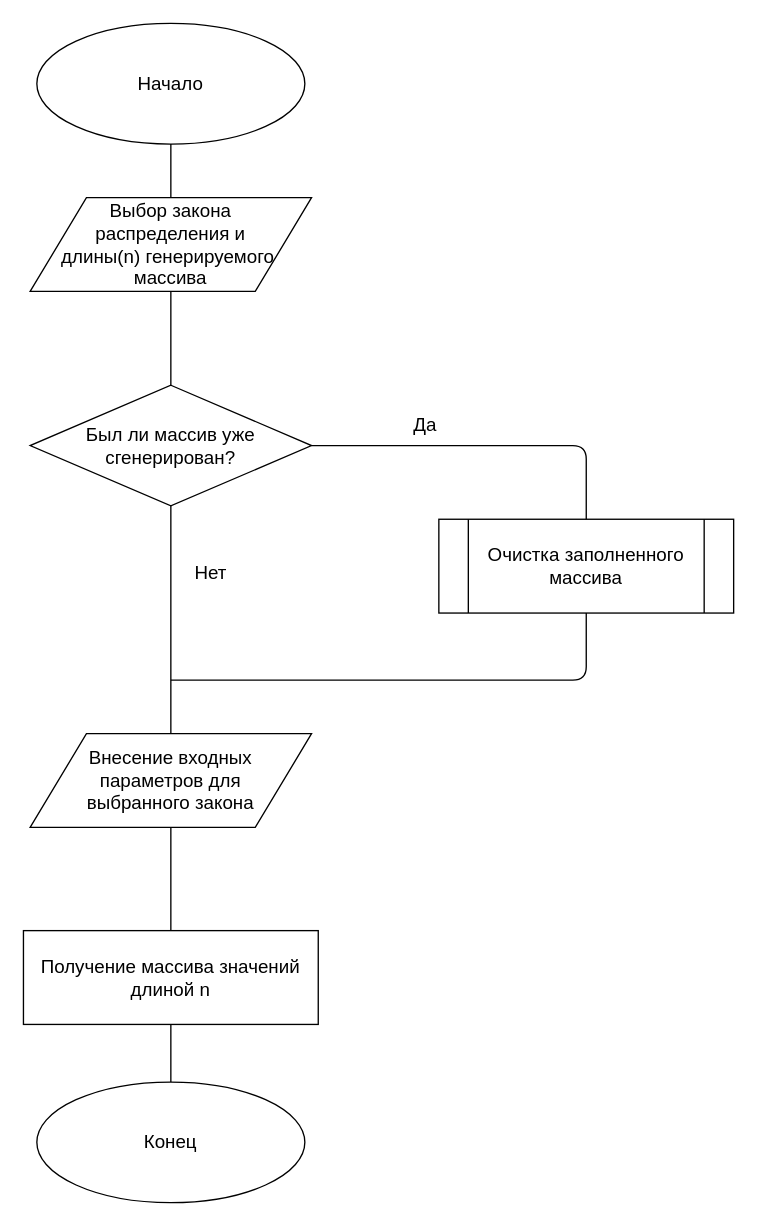
RostislavOl/schemas keeps this draw.io diagram as page "Page-2" (2 of 4) of Untitled Diagram.drawio. Above is the earlier version. Source tidied: cells renumbered, new cells numbered last; positions are measured from the earlier drawing's top-left corner, leaving out a move shared by most shapes. Both pictures are drawn from the tidied source at 134%, with x=0, y=0 at pixel (23, 23).
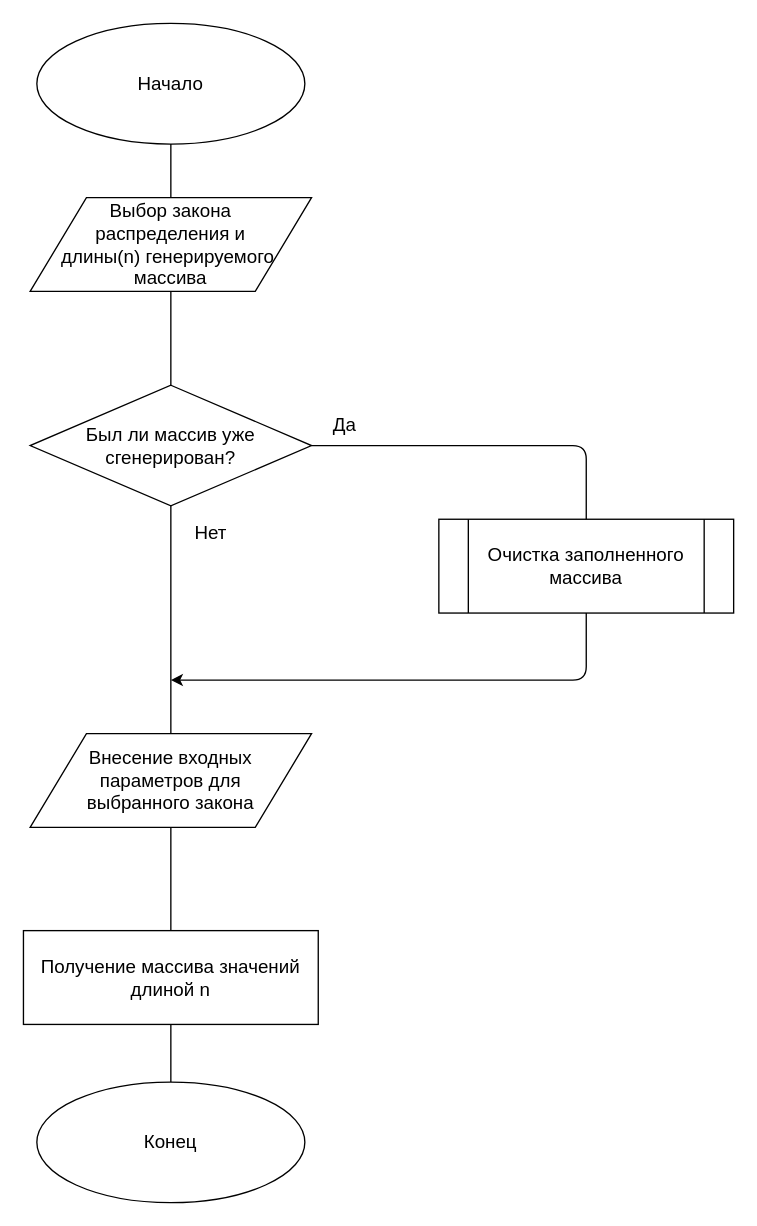
Above is the later version.

Unchanged cells that the change refers to:
```xml
<mxCell id="7" value="&lt;font style=&quot;font-size: 14px&quot;&gt;Очистка заполненного массива&lt;/font&gt;" style="shape=process;whiteSpace=wrap;html=1;backgroundOutline=1;" parent="1" vertex="1">
  <mxGeometry x="310" y="370" width="220" height="70" as="geometry" />
</mxCell>
```

Diff of the diagram source:
```diff
@@
-    <mxCell id="11" style="endArrow=none;html=1;entryX=0.5;entryY=1;entryDx=0;entryDy=0;" parent="1" edge="1" target="7">
-      <mxGeometry relative="1" as="geometry">
-        <mxPoint x="110" y="490" as="sourcePoint" />
-        <Array as="points">
-          <mxPoint x="420" y="490" />
-        </Array>
-      </mxGeometry>
-    </mxCell>
     <mxCell id="12" value="&lt;font style=&quot;font-size: 14px&quot;&gt;Нет&lt;/font&gt;" style="text;html=1;strokeColor=none;fillColor=none;align=center;verticalAlign=middle;whiteSpace=wrap;rounded=0;" parent="1" vertex="1">
-      <mxGeometry x="120" y="400" width="40" height="20" as="geometry" />
+      <mxGeometry x="120" y="370" width="40" height="20" as="geometry" />
     </mxCell>
     <mxCell id="13" value="&lt;font style=&quot;font-size: 14px&quot;&gt;Да&lt;/font&gt;" style="text;html=1;strokeColor=none;fillColor=none;align=center;verticalAlign=middle;whiteSpace=wrap;rounded=0;" parent="1" vertex="1">
-      <mxGeometry x="280" y="290" width="40" height="20" as="geometry" />
+      <mxGeometry x="220" y="290" width="40" height="20" as="geometry" />
     </mxCell>
@@
+    <mxCell id="18" style="endArrow=classic;html=1;exitX=0.5;exitY=1;exitDx=0;exitDy=0;" parent="1" edge="1" source="7">
+      <mxGeometry relative="1" as="geometry">
+        <mxPoint x="110" y="490" as="targetPoint" />
+        <Array as="points">
+          <mxPoint x="420" y="490" />
+        </Array>
+      </mxGeometry>
+    </mxCell>
```
